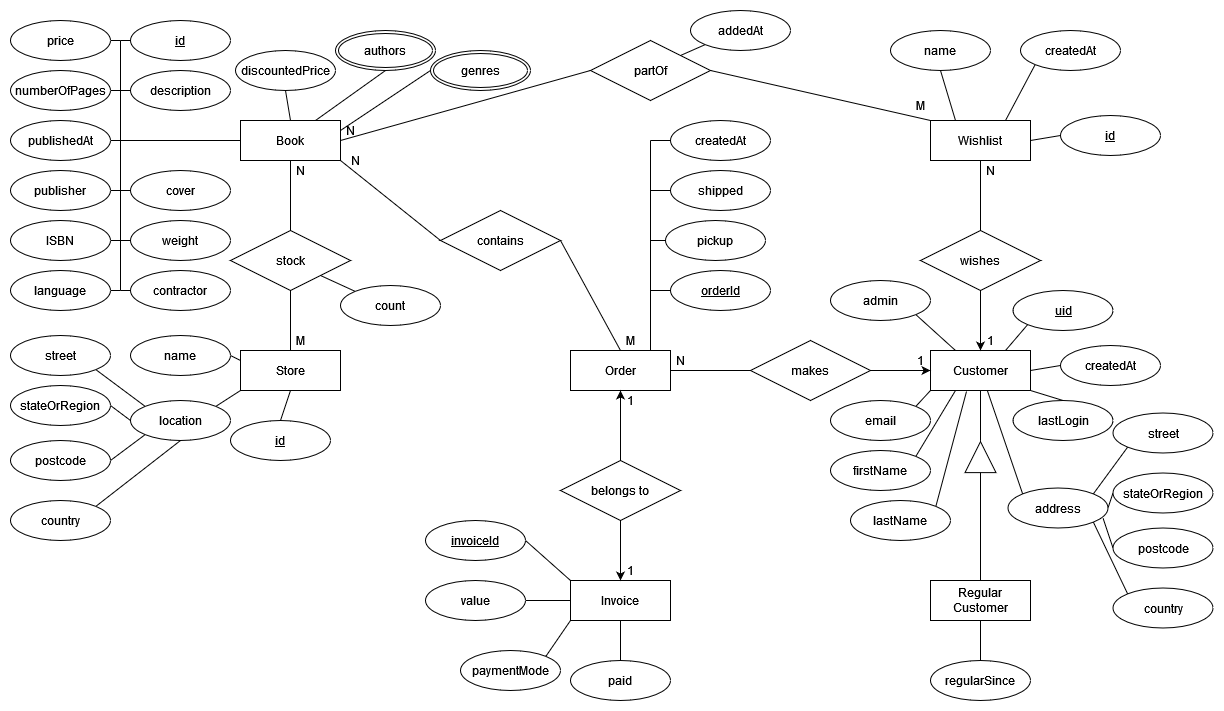
a-bakk/bookstore-oracle keeps this draw.io diagram as docs/entity-relationship/er.drawio.png. Above is the earlier version. Source tidied: cells renumbered, new cells last; positions are measured from the earlier drawing's top-left corner, leaving out a move shared by most shapes.
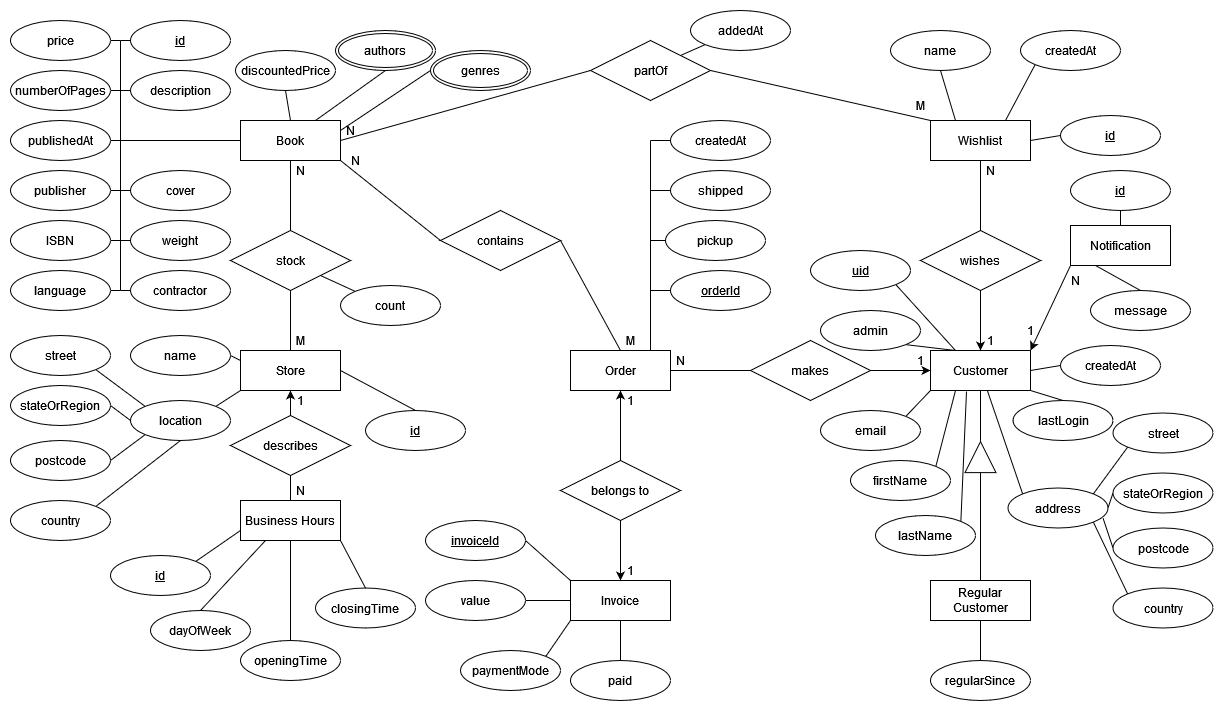
Above is the later version.

Change to the diagram source:
```diff
@@ -266,11 +266,11 @@
     <mxCell id="76" value="name" style="ellipse;whiteSpace=wrap;html=1;align=center;" parent="1" vertex="1">
       <mxGeometry x="120" y="325" width="100" height="40" as="geometry" />
     </mxCell>
-    <mxCell id="77" style="edgeStyle=none;rounded=0;jettySize=auto;html=1;exitX=0.5;exitY=0;exitDx=0;exitDy=0;entryX=0.5;entryY=1;entryDx=0;entryDy=0;strokeWidth=1;endArrow=none;endFill=0;endSize=6;" parent="1" edge="1" source="78" target="9">
+    <mxCell id="77" style="rounded=0;jettySize=auto;html=1;exitX=0.5;exitY=0;exitDx=0;exitDy=0;entryX=1;entryY=0.5;entryDx=0;entryDy=0;endArrow=none;endFill=0;" parent="1" edge="1" source="78" target="9">
       <mxGeometry relative="1" as="geometry" />
     </mxCell>
     <mxCell id="78" value="id" style="ellipse;whiteSpace=wrap;html=1;align=center;fontStyle=4;" parent="1" vertex="1">
-      <mxGeometry x="220" y="410" width="100" height="40" as="geometry" />
+      <mxGeometry x="355" y="400" width="100" height="40" as="geometry" />
     </mxCell>
     <mxCell id="79" style="edgeStyle=none;rounded=0;jettySize=auto;html=1;exitX=0;exitY=0.5;exitDx=0;exitDy=0;strokeWidth=1;endArrow=none;endFill=0;endSize=6;" parent="1" edge="1" source="80">
       <mxGeometry relative="1" as="geometry">
@@ -343,23 +343,23 @@
     <mxCell id="97" value="paid" style="ellipse;whiteSpace=wrap;html=1;align=center;" parent="1" vertex="1">
       <mxGeometry x="560" y="650" width="100" height="40" as="geometry" />
     </mxCell>
-    <mxCell id="98" style="edgeStyle=none;rounded=0;jettySize=auto;html=1;exitX=0;exitY=1;exitDx=0;exitDy=0;entryX=0.75;entryY=0;entryDx=0;entryDy=0;strokeWidth=1;endArrow=none;endFill=0;endSize=6;" parent="1" edge="1" source="99" target="4">
+    <mxCell id="98" style="rounded=0;jettySize=auto;html=1;exitX=1;exitY=1;exitDx=0;exitDy=0;endArrow=none;endFill=0;entryX=0.25;entryY=0;entryDx=0;entryDy=0;" parent="1" edge="1" source="99" target="4">
       <mxGeometry relative="1" as="geometry" />
     </mxCell>
     <mxCell id="99" value="uid" style="ellipse;whiteSpace=wrap;html=1;align=center;fontStyle=4;" parent="1" vertex="1">
-      <mxGeometry x="1002.5" y="280" width="100" height="40" as="geometry" />
+      <mxGeometry x="800" y="240" width="100" height="40" as="geometry" />
     </mxCell>
     <mxCell id="100" style="edgeStyle=none;rounded=0;jettySize=auto;html=1;exitX=1;exitY=0;exitDx=0;exitDy=0;entryX=0;entryY=1;entryDx=0;entryDy=0;strokeWidth=1;endArrow=none;endFill=0;endSize=6;" parent="1" edge="1" source="101" target="4">
       <mxGeometry relative="1" as="geometry" />
     </mxCell>
     <mxCell id="101" value="email" style="ellipse;whiteSpace=wrap;html=1;align=center;" parent="1" vertex="1">
-      <mxGeometry x="820" y="390" width="100" height="40" as="geometry" />
+      <mxGeometry x="810" y="400" width="100" height="40" as="geometry" />
     </mxCell>
     <mxCell id="102" style="edgeStyle=none;rounded=0;jettySize=auto;html=1;exitX=1;exitY=0;exitDx=0;exitDy=0;entryX=0.25;entryY=1;entryDx=0;entryDy=0;strokeWidth=1;endArrow=none;endFill=0;endSize=6;" parent="1" edge="1" source="103" target="4">
       <mxGeometry relative="1" as="geometry" />
     </mxCell>
     <mxCell id="103" value="firstName" style="ellipse;whiteSpace=wrap;html=1;align=center;" parent="1" vertex="1">
-      <mxGeometry x="820" y="440" width="100" height="40" as="geometry" />
+      <mxGeometry x="840" y="450" width="100" height="40" as="geometry" />
     </mxCell>
     <mxCell id="104" style="edgeStyle=none;rounded=0;jettySize=auto;html=1;exitX=0;exitY=0;exitDx=0;exitDy=0;strokeWidth=1;endArrow=none;endFill=0;endSize=6;" parent="1" edge="1" source="105" target="4">
       <mxGeometry relative="1" as="geometry" />
@@ -371,7 +371,7 @@
       <mxGeometry relative="1" as="geometry" />
     </mxCell>
     <mxCell id="107" value="lastName" style="ellipse;whiteSpace=wrap;html=1;align=center;" parent="1" vertex="1">
-      <mxGeometry x="840" y="490" width="100" height="40" as="geometry" />
+      <mxGeometry x="865" y="505" width="100" height="40" as="geometry" />
     </mxCell>
     <mxCell id="108" style="edgeStyle=none;rounded=0;jettySize=auto;html=1;exitX=0;exitY=1;exitDx=0;exitDy=0;entryX=1;entryY=0;entryDx=0;entryDy=0;strokeWidth=1;endArrow=none;endFill=0;endSize=6;" parent="1" edge="1" source="109" target="105">
       <mxGeometry relative="1" as="geometry" />
@@ -460,7 +460,7 @@
       <mxGeometry relative="1" as="geometry" />
     </mxCell>
     <mxCell id="136" value="admin" style="ellipse;whiteSpace=wrap;html=1;align=center;" parent="1" vertex="1">
-      <mxGeometry x="820" y="270" width="100" height="40" as="geometry" />
+      <mxGeometry x="810" y="300" width="100" height="40" as="geometry" />
     </mxCell>
     <mxCell id="137" style="rounded=0;jettySize=auto;html=1;exitX=0.5;exitY=1;exitDx=0;exitDy=0;entryX=0.5;entryY=0;entryDx=0;entryDy=0;endArrow=none;endFill=0;" parent="1" edge="1" source="138" target="8">
       <mxGeometry relative="1" as="geometry" />
@@ -468,5 +468,68 @@
     <mxCell id="138" value="discountedPrice" style="ellipse;whiteSpace=wrap;html=1;align=center;" parent="1" vertex="1">
       <mxGeometry x="225" y="40" width="100" height="40" as="geometry" />
     </mxCell>
+    <mxCell id="139" style="edgeStyle=orthogonalEdgeStyle;rounded=0;jettySize=auto;html=1;exitX=0.5;exitY=0;exitDx=0;exitDy=0;entryX=0.5;entryY=1;entryDx=0;entryDy=0;" parent="1" edge="1" source="140" target="9">
+      <mxGeometry relative="1" as="geometry" />
+    </mxCell>
+    <mxCell id="140" value="Business Hours" style="whiteSpace=wrap;html=1;align=center;" parent="1" vertex="1">
+      <mxGeometry x="230" y="490" width="100" height="40" as="geometry" />
+    </mxCell>
+    <mxCell id="141" value="1" style="text;html=1;align=center;verticalAlign=middle;strokeColor=none;fillColor=none;" parent="1" vertex="1">
+      <mxGeometry x="275" y="375" width="30" height="30" as="geometry" />
+    </mxCell>
+    <mxCell id="142" value="N" style="text;html=1;align=center;verticalAlign=middle;strokeColor=none;fillColor=none;" parent="1" vertex="1">
+      <mxGeometry x="275" y="465" width="30" height="30" as="geometry" />
+    </mxCell>
+    <mxCell id="143" style="rounded=0;jettySize=auto;html=1;exitX=1;exitY=0;exitDx=0;exitDy=0;entryX=0;entryY=0.75;entryDx=0;entryDy=0;endArrow=none;endFill=0;" parent="1" edge="1" source="144" target="140">
+      <mxGeometry relative="1" as="geometry" />
+    </mxCell>
+    <mxCell id="144" value="id" style="ellipse;whiteSpace=wrap;html=1;align=center;fontStyle=4;" parent="1" vertex="1">
+      <mxGeometry x="100" y="545" width="100" height="40" as="geometry" />
+    </mxCell>
+    <mxCell id="145" style="rounded=0;jettySize=auto;html=1;exitX=0.5;exitY=0;exitDx=0;exitDy=0;entryX=0.25;entryY=1;entryDx=0;entryDy=0;endArrow=none;endFill=0;" parent="1" edge="1" source="146" target="140">
+      <mxGeometry relative="1" as="geometry" />
+    </mxCell>
+    <mxCell id="146" value="dayOfWeek" style="ellipse;whiteSpace=wrap;html=1;align=center;" parent="1" vertex="1">
+      <mxGeometry x="140" y="600" width="100" height="40" as="geometry" />
+    </mxCell>
+    <mxCell id="147" style="rounded=0;jettySize=auto;html=1;exitX=0.5;exitY=0;exitDx=0;exitDy=0;entryX=0.5;entryY=1;entryDx=0;entryDy=0;endArrow=none;endFill=0;" parent="1" edge="1" source="148" target="140">
+      <mxGeometry relative="1" as="geometry" />
+    </mxCell>
+    <mxCell id="148" value="openingTime" style="ellipse;whiteSpace=wrap;html=1;align=center;" parent="1" vertex="1">
+      <mxGeometry x="230" y="630" width="100" height="40" as="geometry" />
+    </mxCell>
+    <mxCell id="149" style="rounded=0;jettySize=auto;html=1;exitX=0.5;exitY=0;exitDx=0;exitDy=0;entryX=1;entryY=1;entryDx=0;entryDy=0;endArrow=none;endFill=0;" parent="1" edge="1" source="150" target="140">
+      <mxGeometry relative="1" as="geometry" />
+    </mxCell>
+    <mxCell id="150" value="closingTime" style="ellipse;whiteSpace=wrap;html=1;align=center;" parent="1" vertex="1">
+      <mxGeometry x="305" y="577.5" width="100" height="40" as="geometry" />
+    </mxCell>
+    <mxCell id="151" value="describes" style="shape=rhombus;perimeter=rhombusPerimeter;whiteSpace=wrap;html=1;align=center;" parent="1" vertex="1">
+      <mxGeometry x="220" y="405" width="120" height="60" as="geometry" />
+    </mxCell>
+    <mxCell id="152" style="rounded=0;jettySize=auto;html=1;exitX=0;exitY=1;exitDx=0;exitDy=0;entryX=1;entryY=0;entryDx=0;entryDy=0;" parent="1" edge="1" source="153" target="4">
+      <mxGeometry relative="1" as="geometry" />
+    </mxCell>
+    <mxCell id="153" value="Notification" style="whiteSpace=wrap;html=1;align=center;" parent="1" vertex="1">
+      <mxGeometry x="1060" y="215" width="100" height="40" as="geometry" />
+    </mxCell>
+    <mxCell id="154" value="1" style="text;html=1;align=center;verticalAlign=middle;strokeColor=none;fillColor=none;" parent="1" vertex="1">
+      <mxGeometry x="1005" y="305" width="30" height="30" as="geometry" />
+    </mxCell>
+    <mxCell id="155" value="N" style="text;html=1;align=center;verticalAlign=middle;strokeColor=none;fillColor=none;" parent="1" vertex="1">
+      <mxGeometry x="1050" y="255" width="30" height="30" as="geometry" />
+    </mxCell>
+    <mxCell id="156" style="rounded=0;jettySize=auto;html=1;exitX=0.5;exitY=1;exitDx=0;exitDy=0;entryX=0.5;entryY=0;entryDx=0;entryDy=0;endArrow=none;endFill=0;" parent="1" edge="1" source="157" target="153">
+      <mxGeometry relative="1" as="geometry" />
+    </mxCell>
+    <mxCell id="157" value="id" style="ellipse;whiteSpace=wrap;html=1;align=center;fontStyle=4;" parent="1" vertex="1">
+      <mxGeometry x="1060" y="160" width="100" height="40" as="geometry" />
+    </mxCell>
+    <mxCell id="158" style="rounded=0;jettySize=auto;html=1;exitX=0.5;exitY=0;exitDx=0;exitDy=0;entryX=0.25;entryY=1;entryDx=0;entryDy=0;endArrow=none;endFill=0;" parent="1" edge="1" source="159" target="153">
+      <mxGeometry relative="1" as="geometry" />
+    </mxCell>
+    <mxCell id="159" value="message" style="ellipse;whiteSpace=wrap;html=1;align=center;" parent="1" vertex="1">
+      <mxGeometry x="1080" y="280" width="100" height="40" as="geometry" />
+    </mxCell>
   </root>
 </mxGraphModel>
```
